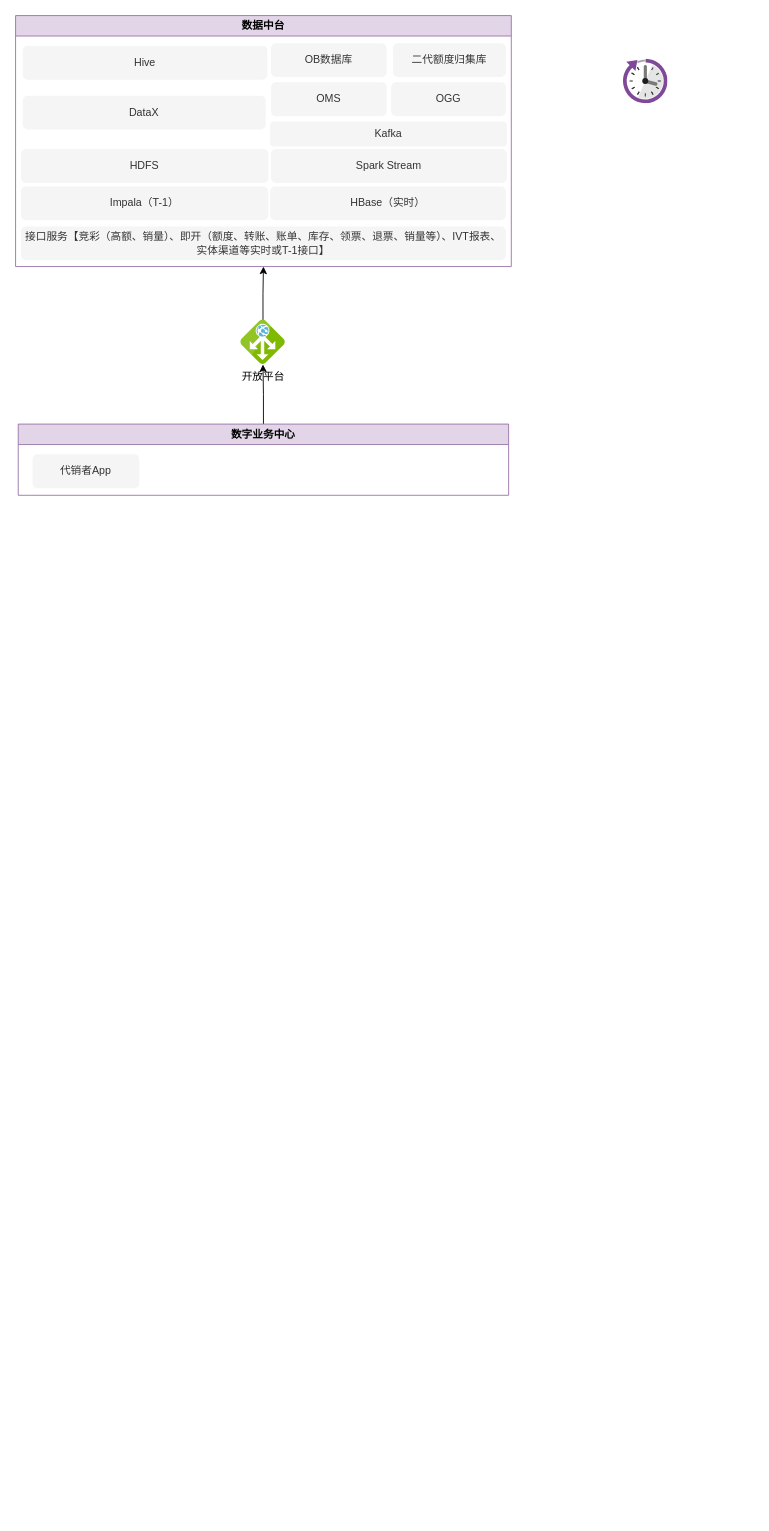
Above: Untitled Diagram.drawio in xjiahai/public (draw.io), before the change. Source tidied: cells renumbered, new cells numbered last; positions are measured from the earlier drawing's top-left corner, leaving out a move shared by most shapes. Both pictures are drawn from the tidied source at 89%, with x=0, y=0 at pixel (15, 15).
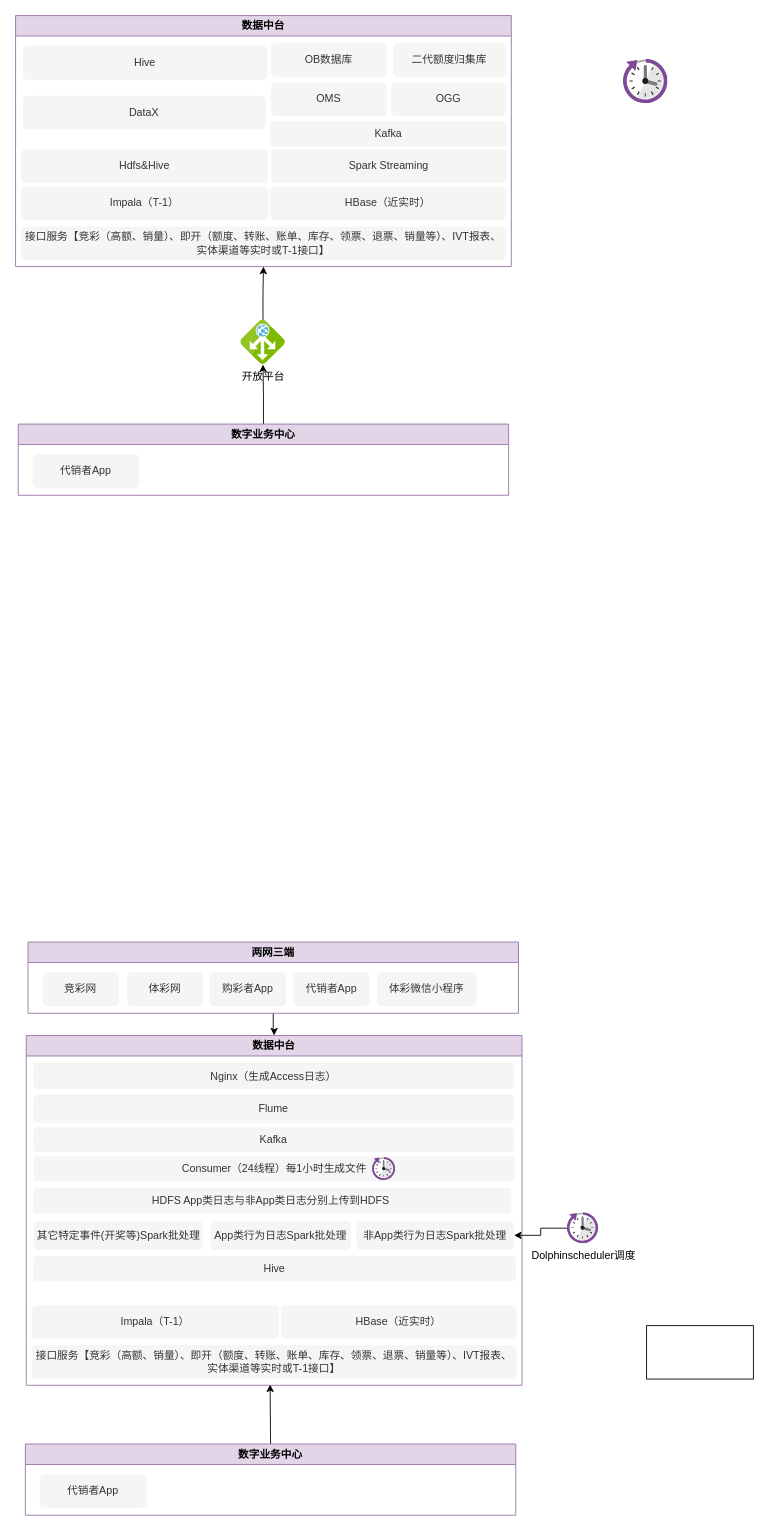
Above is the later version.

The change refers to these unchanged cells:
```xml
<mxCell id="8" value="数据中台" style="swimlane;whiteSpace=wrap;html=1;fillColor=#e1d5e7;strokeColor=#9673a6;" parent="1" vertex="1">
  <mxGeometry width="557" height="282" as="geometry" />
</mxCell>
```

Diff of the diagram source:
```diff
@@
-    <mxCell id="12" value="HBase（实时）" style="rounded=1;whiteSpace=wrap;html=1;strokeColor=none;fillColor=#f5f5f5;fontColor=#333333;" parent="8" vertex="1">
+    <mxCell id="12" value="HBase（近实时）" style="rounded=1;whiteSpace=wrap;html=1;strokeColor=none;fillColor=#f5f5f5;fontColor=#333333;" parent="8" vertex="1">
       <mxGeometry x="286" y="192" width="265" height="38" as="geometry" />
     </mxCell>
@@
-    <mxCell id="18" value="Spark Stream" style="rounded=1;whiteSpace=wrap;html=1;strokeColor=none;fillColor=#f5f5f5;fontColor=#333333;" parent="8" vertex="1">
+    <mxCell id="18" value="Spark Streaming" style="rounded=1;whiteSpace=wrap;html=1;strokeColor=none;fillColor=#f5f5f5;fontColor=#333333;" parent="8" vertex="1">
       <mxGeometry x="287" y="150" width="265" height="38" as="geometry" />
     </mxCell>
-    <mxCell id="19" value="HDFS" style="rounded=1;whiteSpace=wrap;html=1;strokeColor=none;fillColor=#f5f5f5;fontColor=#333333;" parent="8" vertex="1">
+    <mxCell id="19" value="Hdfs&amp;amp;Hive" style="rounded=1;whiteSpace=wrap;html=1;strokeColor=none;fillColor=#f5f5f5;fontColor=#333333;" parent="8" vertex="1">
       <mxGeometry x="6" y="150" width="278" height="38" as="geometry" />
     </mxCell>
@@
+    <mxCell id="21" style="edgeStyle=orthogonalEdgeStyle;rounded=0;jettySize=auto;html=1;exitX=0.5;exitY=0;exitDx=0;exitDy=0;" parent="1" edge="1" source="22">
+      <mxGeometry relative="1" as="geometry">
+        <mxPoint x="286" y="1538" as="targetPoint" />
+      </mxGeometry>
+    </mxCell>
+    <mxCell id="22" value="数字业务中心" style="swimlane;whiteSpace=wrap;html=1;fillColor=#e1d5e7;strokeColor=#9673a6;" parent="1" vertex="1">
+      <mxGeometry x="11" y="1605" width="551" height="80" as="geometry" />
+    </mxCell>
+    <mxCell id="23" value="代销者App" style="rounded=1;whiteSpace=wrap;html=1;strokeColor=none;fillColor=#f5f5f5;fontColor=#333333;" parent="22" vertex="1">
+      <mxGeometry x="16" y="34" width="120" height="38" as="geometry" />
+    </mxCell>
+    <mxCell id="24" value="数据中台" style="swimlane;whiteSpace=wrap;html=1;fillColor=#e1d5e7;strokeColor=#9673a6;" parent="1" vertex="1">
+      <mxGeometry x="12" y="1146" width="557" height="393" as="geometry" />
+    </mxCell>
+    <mxCell id="25" value="Nginx（生成Access日志）" style="rounded=1;whiteSpace=wrap;html=1;strokeColor=none;fillColor=#f5f5f5;fontColor=#333333;" parent="24" vertex="1">
+      <mxGeometry x="8" y="31" width="540" height="29" as="geometry" />
+    </mxCell>
+    <mxCell id="26" value="接口服务【&lt;span&gt;竞彩（高额、销量）、即开（额度、转账、账单、库存、领票、退票、销量等）、&lt;/span&gt;&lt;span lang=&quot;EN-US&quot;&gt;IVT&lt;/span&gt;&lt;span&gt;报表、实体渠道等实时或&lt;/span&gt;&lt;span lang=&quot;EN-US&quot;&gt;T-1&lt;/span&gt;&lt;span&gt;接口】&lt;/span&gt;" style="rounded=1;whiteSpace=wrap;html=1;strokeColor=none;fillColor=#f5f5f5;fontColor=#333333;" parent="24" vertex="1">
+      <mxGeometry x="6" y="348" width="545" height="38" as="geometry" />
+    </mxCell>
+    <mxCell id="27" value="Impala（T-1）" style="rounded=1;whiteSpace=wrap;html=1;strokeColor=none;fillColor=#f5f5f5;fontColor=#333333;" parent="24" vertex="1">
+      <mxGeometry x="6" y="303" width="278" height="38" as="geometry" />
+    </mxCell>
+    <mxCell id="28" value="HBase（近实时）" style="rounded=1;whiteSpace=wrap;html=1;strokeColor=none;fillColor=#f5f5f5;fontColor=#333333;" parent="24" vertex="1">
+      <mxGeometry x="286" y="303" width="265" height="38" as="geometry" />
+    </mxCell>
+    <mxCell id="29" value="Kafka" style="rounded=1;whiteSpace=wrap;html=1;strokeColor=none;fillColor=#f5f5f5;fontColor=#333333;" parent="24" vertex="1">
+      <mxGeometry x="8" y="103" width="540" height="28" as="geometry" />
+    </mxCell>
+    <mxCell id="30" value="App类行为日志Spark批处理" style="rounded=1;whiteSpace=wrap;html=1;strokeColor=none;fillColor=#f5f5f5;fontColor=#333333;" parent="24" vertex="1">
+      <mxGeometry x="207" y="208" width="158" height="33" as="geometry" />
+    </mxCell>
+    <mxCell id="31" value="HDFS App类日志与非App类日志分别上传到HDFS&amp;nbsp;" style="rounded=1;whiteSpace=wrap;html=1;strokeColor=none;fillColor=#f5f5f5;fontColor=#333333;" parent="24" vertex="1">
+      <mxGeometry x="8" y="171" width="537" height="29" as="geometry" />
+    </mxCell>
+    <mxCell id="32" value="Flume" style="rounded=1;whiteSpace=wrap;html=1;strokeColor=none;fillColor=#f5f5f5;fontColor=#333333;" parent="24" vertex="1">
+      <mxGeometry x="8" y="66" width="540" height="32" as="geometry" />
+    </mxCell>
+    <mxCell id="33" value="Consumer（24线程）每1小时生成文件" style="rounded=1;whiteSpace=wrap;html=1;strokeColor=none;fillColor=#f5f5f5;fontColor=#333333;" parent="24" vertex="1">
+      <mxGeometry x="8.5" y="136" width="540" height="28" as="geometry" />
+    </mxCell>
+    <mxCell id="34" style="sketch=0;html=1;align=center;image;fontSize=12;image=img/lib/mscae/Reservations.svg;" parent="24" vertex="1">
+      <mxGeometry x="389" y="137" width="26" height="26" as="geometry" />
+    </mxCell>
+    <mxCell id="35" value="非App类行为日志Spark批处理" style="rounded=1;whiteSpace=wrap;html=1;strokeColor=none;fillColor=#f5f5f5;fontColor=#333333;" parent="24" vertex="1">
+      <mxGeometry x="371" y="208" width="177" height="33" as="geometry" />
+    </mxCell>
+    <mxCell id="36" value="其它特定事件(开奖等)Spark批处理" style="rounded=1;whiteSpace=wrap;html=1;strokeColor=none;fillColor=#f5f5f5;fontColor=#333333;" parent="24" vertex="1">
+      <mxGeometry x="8.5" y="208" width="189.5" height="33" as="geometry" />
+    </mxCell>
+    <mxCell id="37" value="Hive" style="rounded=1;whiteSpace=wrap;html=1;strokeColor=none;fillColor=#f5f5f5;fontColor=#333333;" parent="24" vertex="1">
+      <mxGeometry x="8" y="248" width="542" height="28" as="geometry" />
+    </mxCell>
+    <mxCell id="38" style="edgeStyle=orthogonalEdgeStyle;rounded=0;jettySize=auto;html=1;exitX=0.5;exitY=1;exitDx=0;exitDy=0;" parent="1" edge="1" source="39" target="24">
+      <mxGeometry relative="1" as="geometry" />
+    </mxCell>
+    <mxCell id="39" value="两网三端" style="swimlane;whiteSpace=wrap;html=1;fillColor=#e1d5e7;strokeColor=#9673a6;" parent="1" vertex="1">
+      <mxGeometry x="14" y="1041" width="551" height="80" as="geometry" />
+    </mxCell>
+    <mxCell id="40" value="竞彩网" style="rounded=1;whiteSpace=wrap;html=1;strokeColor=none;fillColor=#f5f5f5;fontColor=#333333;" parent="39" vertex="1">
+      <mxGeometry x="16" y="34" width="86" height="38" as="geometry" />
+    </mxCell>
+    <mxCell id="41" value="体彩网" style="rounded=1;whiteSpace=wrap;html=1;strokeColor=none;fillColor=#f5f5f5;fontColor=#333333;" parent="39" vertex="1">
+      <mxGeometry x="111" y="34" width="86" height="38" as="geometry" />
+    </mxCell>
+    <mxCell id="42" value="购彩者App" style="rounded=1;whiteSpace=wrap;html=1;strokeColor=none;fillColor=#f5f5f5;fontColor=#333333;" parent="39" vertex="1">
+      <mxGeometry x="204" y="34" width="86" height="38" as="geometry" />
+    </mxCell>
+    <mxCell id="43" value="代销者App" style="rounded=1;whiteSpace=wrap;html=1;strokeColor=none;fillColor=#f5f5f5;fontColor=#333333;" parent="39" vertex="1">
+      <mxGeometry x="298" y="34" width="86" height="38" as="geometry" />
+    </mxCell>
+    <mxCell id="44" value="体彩微信小程序" style="rounded=1;whiteSpace=wrap;html=1;strokeColor=none;fillColor=#f5f5f5;fontColor=#333333;" parent="39" vertex="1">
+      <mxGeometry x="392" y="34" width="112" height="38" as="geometry" />
+    </mxCell>
+    <mxCell id="45" style="edgeStyle=orthogonalEdgeStyle;rounded=0;jettySize=auto;html=1;" parent="1" edge="1" source="46" target="35">
+      <mxGeometry relative="1" as="geometry" />
+    </mxCell>
+    <mxCell id="46" value="Dolphinscheduler调度" style="sketch=0;html=1;points=[];align=center;image;fontSize=12;image=img/lib/mscae/Reservations.svg;strokeColor=default;" parent="1" vertex="1">
+      <mxGeometry x="620" y="1345" width="35" height="35" as="geometry" />
+    </mxCell>
+    <mxCell id="47" style="rounded=0;whiteSpace=wrap;html=1;strokeColor=default;" parent="1" vertex="1">
+      <mxGeometry x="709" y="1472" width="120" height="60" as="geometry" />
+    </mxCell>
```
